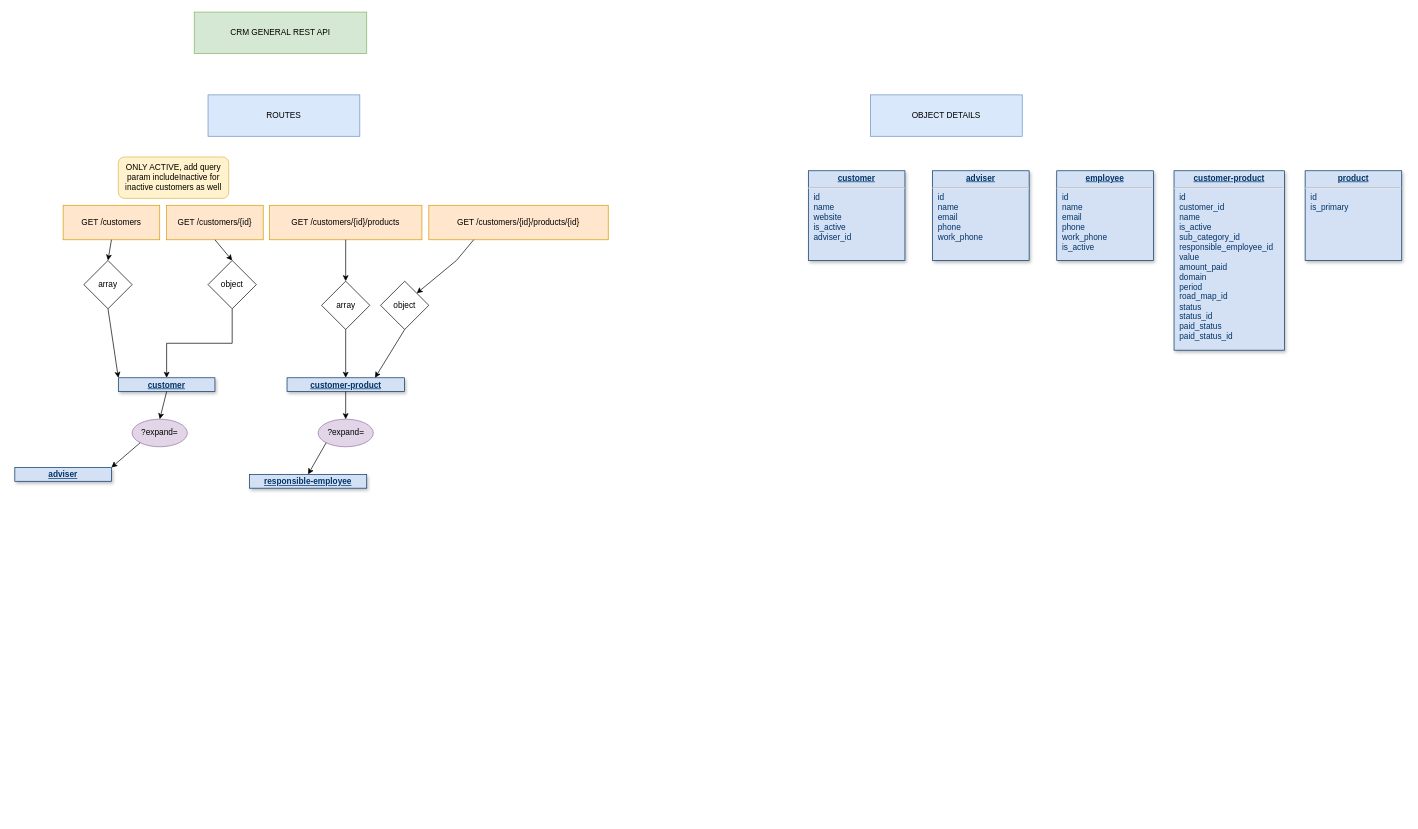
sanderha/diagrams-repo keeps this draw.io diagram as crm-rest.drawio. Above is the earlier version. Source tidied: cells renumbered, new cells numbered last; positions are measured from the earlier drawing's top-left corner, leaving out a move shared by most shapes. Both pictures are drawn from the tidied source at 69%, with x=0, y=0 at pixel (14, 12).
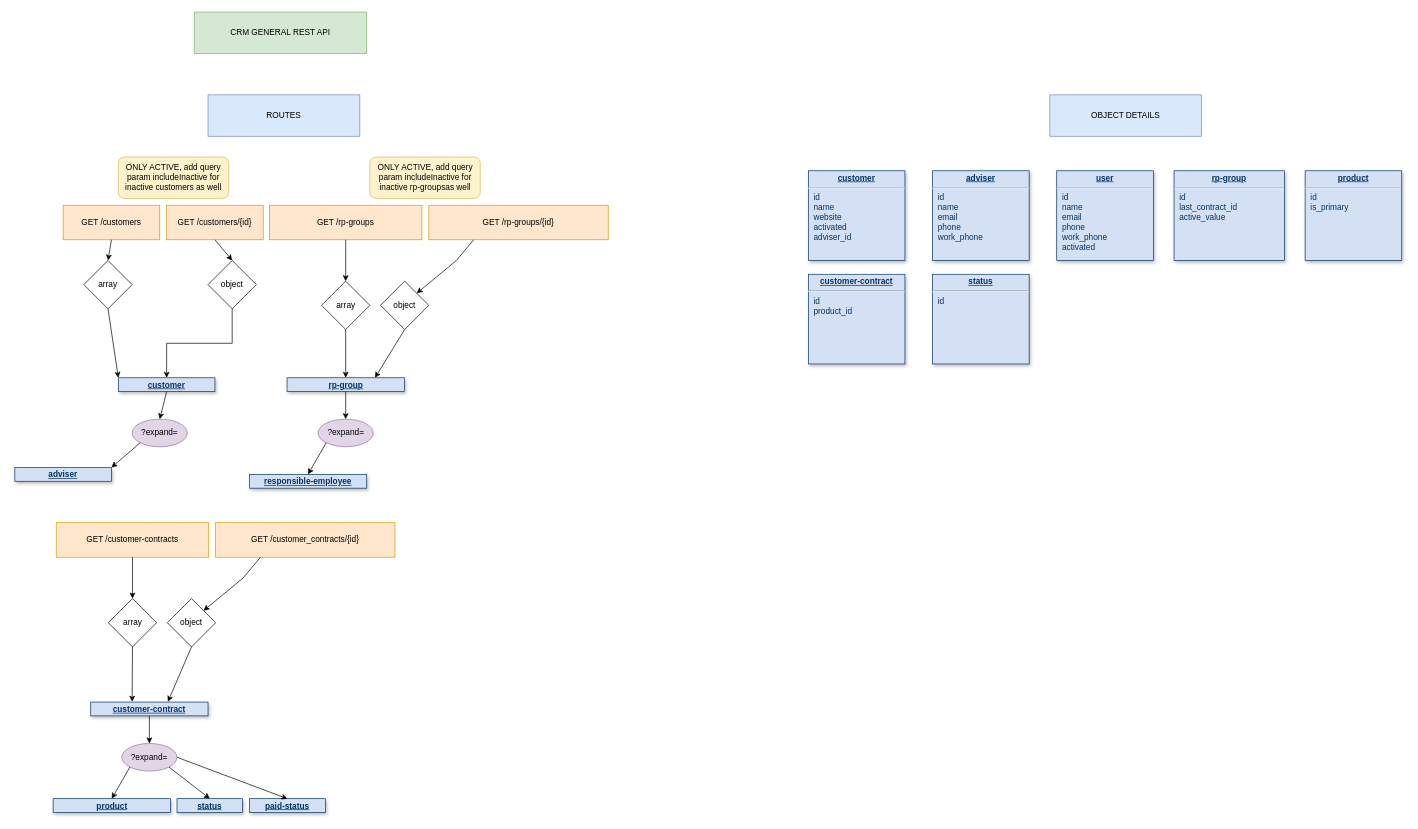
Above is the later version.

Diff of the diagram source:
```diff
@@
     <mxCell id="15" value="OBJECT DETAILS" style="rounded=0;whiteSpace=wrap;html=1;fillColor=#dae8fc;strokeColor=#6c8ebf;" parent="1" vertex="1">
-      <mxGeometry x="1240" y="120" width="220" height="60" as="geometry" />
+      <mxGeometry x="1500" y="120" width="220" height="60" as="geometry" />
     </mxCell>
-    <mxCell id="16" value="&lt;p style=&quot;margin: 0px ; margin-top: 4px ; text-align: center ; text-decoration: underline&quot;&gt;&lt;strong&gt;customer&lt;br&gt;&lt;/strong&gt;&lt;/p&gt;&lt;hr&gt;&lt;p style=&quot;margin: 0px ; margin-left: 8px&quot;&gt;id&lt;/p&gt;&lt;p style=&quot;margin: 0px ; margin-left: 8px&quot;&gt;name&lt;/p&gt;&lt;p style=&quot;margin: 0px ; margin-left: 8px&quot;&gt;website&lt;/p&gt;&lt;p style=&quot;margin: 0px ; margin-left: 8px&quot;&gt;is_active&lt;br&gt;&lt;/p&gt;&lt;p style=&quot;margin: 0px ; margin-left: 8px&quot;&gt;adviser_id&lt;br&gt;&lt;/p&gt;&lt;p style=&quot;margin: 0px ; margin-left: 8px&quot;&gt;&lt;br&gt;&lt;/p&gt;&lt;p style=&quot;margin: 0px ; margin-left: 8px&quot;&gt;&lt;br&gt;&lt;/p&gt;" style="verticalAlign=top;align=left;overflow=fill;fontSize=12;fontFamily=Helvetica;html=1;strokeColor=#003366;shadow=1;fillColor=#D4E1F5;fontColor=#003366;" parent="1" vertex="1">
+    <mxCell id="16" value="&lt;p style=&quot;margin: 0px ; margin-top: 4px ; text-align: center ; text-decoration: underline&quot;&gt;&lt;strong&gt;customer&lt;br&gt;&lt;/strong&gt;&lt;/p&gt;&lt;hr&gt;&lt;p style=&quot;margin: 0px ; margin-left: 8px&quot;&gt;id&lt;/p&gt;&lt;p style=&quot;margin: 0px ; margin-left: 8px&quot;&gt;name&lt;/p&gt;&lt;p style=&quot;margin: 0px ; margin-left: 8px&quot;&gt;website&lt;/p&gt;&lt;p style=&quot;margin: 0px ; margin-left: 8px&quot;&gt;activated&lt;br&gt;&lt;/p&gt;&lt;p style=&quot;margin: 0px ; margin-left: 8px&quot;&gt;adviser_id&lt;br&gt;&lt;/p&gt;&lt;p style=&quot;margin: 0px ; margin-left: 8px&quot;&gt;&lt;br&gt;&lt;/p&gt;&lt;p style=&quot;margin: 0px ; margin-left: 8px&quot;&gt;&lt;br&gt;&lt;/p&gt;" style="verticalAlign=top;align=left;overflow=fill;fontSize=12;fontFamily=Helvetica;html=1;strokeColor=#003366;shadow=1;fillColor=#D4E1F5;fontColor=#003366;" parent="1" vertex="1">
       <mxGeometry x="1150" y="230" width="140" height="130" as="geometry" />
     </mxCell>
@@
-    <mxCell id="18" value="&lt;p style=&quot;margin: 0px ; margin-top: 4px ; text-align: center ; text-decoration: underline&quot;&gt;&lt;strong&gt;employee&lt;br&gt;&lt;/strong&gt;&lt;/p&gt;&lt;hr&gt;&lt;p style=&quot;margin: 0px ; margin-left: 8px&quot;&gt;id&lt;/p&gt;&lt;p style=&quot;margin: 0px ; margin-left: 8px&quot;&gt;name&lt;/p&gt;&lt;p style=&quot;margin: 0px ; margin-left: 8px&quot;&gt;email&lt;/p&gt;&lt;p style=&quot;margin: 0px ; margin-left: 8px&quot;&gt;phone&lt;/p&gt;&lt;p style=&quot;margin: 0px ; margin-left: 8px&quot;&gt;work_phone&lt;/p&gt;&lt;p style=&quot;margin: 0px ; margin-left: 8px&quot;&gt;is_active&lt;br&gt;&lt;/p&gt;&lt;p style=&quot;margin: 0px ; margin-left: 8px&quot;&gt;&lt;br&gt;&lt;/p&gt;&lt;p style=&quot;margin: 0px ; margin-left: 8px&quot;&gt;&lt;br&gt;&lt;/p&gt;&lt;p style=&quot;margin: 0px ; margin-left: 8px&quot;&gt;&lt;br&gt;&lt;/p&gt;" style="verticalAlign=top;align=left;overflow=fill;fontSize=12;fontFamily=Helvetica;html=1;strokeColor=#003366;shadow=1;fillColor=#D4E1F5;fontColor=#003366;" parent="1" vertex="1">
+    <mxCell id="18" value="&lt;p style=&quot;margin: 0px ; margin-top: 4px ; text-align: center ; text-decoration: underline&quot;&gt;&lt;strong&gt;user&lt;br&gt;&lt;/strong&gt;&lt;/p&gt;&lt;hr&gt;&lt;p style=&quot;margin: 0px ; margin-left: 8px&quot;&gt;id&lt;/p&gt;&lt;p style=&quot;margin: 0px ; margin-left: 8px&quot;&gt;name&lt;/p&gt;&lt;p style=&quot;margin: 0px ; margin-left: 8px&quot;&gt;email&lt;/p&gt;&lt;p style=&quot;margin: 0px ; margin-left: 8px&quot;&gt;phone&lt;/p&gt;&lt;p style=&quot;margin: 0px ; margin-left: 8px&quot;&gt;work_phone&lt;/p&gt;&lt;p style=&quot;margin: 0px ; margin-left: 8px&quot;&gt;activated&lt;br&gt;&lt;/p&gt;&lt;p style=&quot;margin: 0px ; margin-left: 8px&quot;&gt;&lt;br&gt;&lt;/p&gt;&lt;p style=&quot;margin: 0px ; margin-left: 8px&quot;&gt;&lt;br&gt;&lt;/p&gt;&lt;p style=&quot;margin: 0px ; margin-left: 8px&quot;&gt;&lt;br&gt;&lt;/p&gt;" style="verticalAlign=top;align=left;overflow=fill;fontSize=12;fontFamily=Helvetica;html=1;strokeColor=#003366;shadow=1;fillColor=#D4E1F5;fontColor=#003366;" parent="1" vertex="1">
       <mxGeometry x="1510" y="230" width="140" height="130" as="geometry" />
     </mxCell>
@@
-    <mxCell id="22" value="&lt;p style=&quot;margin: 0px ; margin-top: 4px ; text-align: center ; text-decoration: underline&quot;&gt;&lt;strong&gt;customer-product&lt;br&gt;&lt;/strong&gt;&lt;/p&gt;&lt;hr&gt;&lt;p style=&quot;margin: 0px ; margin-left: 8px&quot;&gt;id&lt;/p&gt;&lt;p style=&quot;margin: 0px ; margin-left: 8px&quot;&gt;customer_id&lt;/p&gt;&lt;p style=&quot;margin: 0px ; margin-left: 8px&quot;&gt;name&lt;br&gt;&lt;/p&gt;&lt;p style=&quot;margin: 0px ; margin-left: 8px&quot;&gt;is_active&lt;/p&gt;&lt;p style=&quot;margin: 0px ; margin-left: 8px&quot;&gt;sub_category_id&lt;/p&gt;&lt;p style=&quot;margin: 0px ; margin-left: 8px&quot;&gt;responsible_employee_id&lt;br&gt;&lt;/p&gt;&lt;p style=&quot;margin: 0px ; margin-left: 8px&quot;&gt;value&lt;/p&gt;&lt;p style=&quot;margin: 0px ; margin-left: 8px&quot;&gt;amount_paid&lt;/p&gt;&lt;p style=&quot;margin: 0px ; margin-left: 8px&quot;&gt;domain&lt;/p&gt;&lt;p style=&quot;margin: 0px ; margin-left: 8px&quot;&gt;period&lt;/p&gt;&lt;p style=&quot;margin: 0px ; margin-left: 8px&quot;&gt;road_map_id&lt;/p&gt;&lt;p style=&quot;margin: 0px ; margin-left: 8px&quot;&gt;status&lt;/p&gt;&lt;p style=&quot;margin: 0px ; margin-left: 8px&quot;&gt;status_id&lt;/p&gt;&lt;p style=&quot;margin: 0px ; margin-left: 8px&quot;&gt;paid_status&lt;/p&gt;&lt;p style=&quot;margin: 0px ; margin-left: 8px&quot;&gt;paid_status_id&lt;br&gt;&lt;/p&gt;&lt;p style=&quot;margin: 0px ; margin-left: 8px&quot;&gt;&lt;br&gt;&lt;/p&gt;&lt;p style=&quot;margin: 0px ; margin-left: 8px&quot;&gt;&lt;br&gt;&lt;/p&gt;&lt;p style=&quot;margin: 0px ; margin-left: 8px&quot;&gt;&lt;br&gt;&lt;/p&gt;&lt;p style=&quot;margin: 0px ; margin-left: 8px&quot;&gt;&lt;br&gt;&lt;/p&gt;" style="verticalAlign=top;align=left;overflow=fill;fontSize=12;fontFamily=Helvetica;html=1;strokeColor=#003366;shadow=1;fillColor=#D4E1F5;fontColor=#003366;" parent="1" vertex="1">
-      <mxGeometry x="1680" y="230" width="160" height="260" as="geometry" />
+    <mxCell id="22" value="&lt;p style=&quot;margin: 0px ; margin-top: 4px ; text-align: center ; text-decoration: underline&quot;&gt;&lt;strong&gt;rp-group&lt;br&gt;&lt;/strong&gt;&lt;/p&gt;&lt;hr&gt;&lt;p style=&quot;margin: 0px ; margin-left: 8px&quot;&gt;id&lt;/p&gt;&lt;p style=&quot;margin: 0px ; margin-left: 8px&quot;&gt;last_contract_id&lt;/p&gt;&lt;p style=&quot;margin: 0px ; margin-left: 8px&quot;&gt;active_value&lt;br&gt;&lt;/p&gt;&lt;p style=&quot;margin: 0px ; margin-left: 8px&quot;&gt;&lt;br&gt;&lt;/p&gt;&lt;p style=&quot;margin: 0px ; margin-left: 8px&quot;&gt;&lt;br&gt;&lt;/p&gt;&lt;p style=&quot;margin: 0px ; margin-left: 8px&quot;&gt;&lt;br&gt;&lt;/p&gt;&lt;p style=&quot;margin: 0px ; margin-left: 8px&quot;&gt;&lt;br&gt;&lt;/p&gt;" style="verticalAlign=top;align=left;overflow=fill;fontSize=12;fontFamily=Helvetica;html=1;strokeColor=#003366;shadow=1;fillColor=#D4E1F5;fontColor=#003366;" parent="1" vertex="1">
+      <mxGeometry x="1680" y="230" width="160" height="130" as="geometry" />
     </mxCell>
@@
-    <mxCell id="24" value="GET /customers/{id}/products" style="rounded=0;whiteSpace=wrap;html=1;fillColor=#ffe6cc;strokeColor=#d79b00;" parent="1" vertex="1">
+    <mxCell id="24" value="GET /rp-groups" style="rounded=0;whiteSpace=wrap;html=1;fillColor=#ffe6cc;strokeColor=#d79b00;" parent="1" vertex="1">
       <mxGeometry x="369" y="280" width="221" height="50" as="geometry" />
     </mxCell>
@@
-    <mxCell id="27" value="&lt;p style=&quot;margin: 0px ; margin-top: 4px ; text-align: center ; text-decoration: underline&quot;&gt;&lt;strong&gt;customer-product&lt;br&gt;&lt;/strong&gt;&lt;/p&gt;&lt;hr&gt;" style="verticalAlign=top;align=left;overflow=fill;fontSize=12;fontFamily=Helvetica;html=1;strokeColor=#003366;shadow=1;fillColor=#D4E1F5;fontColor=#003366;" parent="1" vertex="1">
+    <mxCell id="27" value="&lt;p style=&quot;margin: 0px ; margin-top: 4px ; text-align: center ; text-decoration: underline&quot;&gt;&lt;strong&gt;rp-group&lt;/strong&gt;&lt;br&gt;&lt;/p&gt;" style="verticalAlign=top;align=left;overflow=fill;fontSize=12;fontFamily=Helvetica;html=1;strokeColor=#003366;shadow=1;fillColor=#D4E1F5;fontColor=#003366;" parent="1" vertex="1">
       <mxGeometry x="394.5" y="530" width="170" height="20" as="geometry" />
     </mxCell>
@@
-    <mxCell id="33" value="GET /customers/{id}/products/{id}" style="rounded=0;whiteSpace=wrap;html=1;fillColor=#ffe6cc;strokeColor=#d79b00;" parent="1" vertex="1">
+    <mxCell id="33" value="GET /rp-groups/{id}" style="rounded=0;whiteSpace=wrap;html=1;fillColor=#ffe6cc;strokeColor=#d79b00;" parent="1" vertex="1">
       <mxGeometry x="600" y="280" width="260" height="50" as="geometry" />
     </mxCell>
@@
+    <mxCell id="37" value="ONLY ACTIVE, add query param includeInactive for inactive rp-groupsas well" style="rounded=1;whiteSpace=wrap;html=1;fillColor=#fff2cc;strokeColor=#d6b656;" parent="1" vertex="1">
+      <mxGeometry x="514.5" y="210" width="160" height="60" as="geometry" />
+    </mxCell>
+    <mxCell id="38" value="&lt;p style=&quot;margin: 0px ; margin-top: 4px ; text-align: center ; text-decoration: underline&quot;&gt;&lt;strong&gt;customer-contract&lt;br&gt;&lt;/strong&gt;&lt;/p&gt;&lt;hr&gt;&lt;p style=&quot;margin: 0px ; margin-left: 8px&quot;&gt;id&lt;/p&gt;&lt;p style=&quot;margin: 0px ; margin-left: 8px&quot;&gt;product_id&lt;br&gt;&lt;/p&gt;&lt;p style=&quot;margin: 0px ; margin-left: 8px&quot;&gt;&lt;br&gt;&lt;/p&gt;&lt;p style=&quot;margin: 0px ; margin-left: 8px&quot;&gt;&lt;br&gt;&lt;/p&gt;&lt;p style=&quot;margin: 0px ; margin-left: 8px&quot;&gt;&lt;br&gt;&lt;/p&gt;&lt;p style=&quot;margin: 0px ; margin-left: 8px&quot;&gt;&lt;br&gt;&lt;/p&gt;" style="verticalAlign=top;align=left;overflow=fill;fontSize=12;fontFamily=Helvetica;html=1;strokeColor=#003366;shadow=1;fillColor=#D4E1F5;fontColor=#003366;" parent="1" vertex="1">
+      <mxGeometry x="1150" y="380" width="140" height="130" as="geometry" />
+    </mxCell>
+    <mxCell id="39" value="&lt;p style=&quot;margin: 0px ; margin-top: 4px ; text-align: center ; text-decoration: underline&quot;&gt;&lt;strong&gt;status&lt;br&gt;&lt;/strong&gt;&lt;/p&gt;&lt;hr&gt;&lt;p style=&quot;margin: 0px ; margin-left: 8px&quot;&gt;id&lt;/p&gt;&lt;p style=&quot;margin: 0px ; margin-left: 8px&quot;&gt;&lt;br&gt;&lt;/p&gt;&lt;p style=&quot;margin: 0px ; margin-left: 8px&quot;&gt;&lt;br&gt;&lt;/p&gt;&lt;p style=&quot;margin: 0px ; margin-left: 8px&quot;&gt;&lt;br&gt;&lt;/p&gt;&lt;p style=&quot;margin: 0px ; margin-left: 8px&quot;&gt;&lt;br&gt;&lt;/p&gt;" style="verticalAlign=top;align=left;overflow=fill;fontSize=12;fontFamily=Helvetica;html=1;strokeColor=#003366;shadow=1;fillColor=#D4E1F5;fontColor=#003366;" parent="1" vertex="1">
+      <mxGeometry x="1330" y="380" width="140" height="130" as="geometry" />
+    </mxCell>
+    <mxCell id="40" value="GET /customer-contracts" style="rounded=0;whiteSpace=wrap;html=1;fillColor=#ffe6cc;strokeColor=#d79b00;" parent="1" vertex="1">
+      <mxGeometry x="60" y="740" width="221" height="50" as="geometry" />
+    </mxCell>
+    <mxCell id="41" style="endArrow=classic;html=1;rounded=0;exitX=0.5;exitY=1;exitDx=0;exitDy=0;entryX=0.5;entryY=0;entryDx=0;entryDy=0;" parent="1" edge="1" source="40" target="42">
+      <mxGeometry relative="1" as="geometry" />
+    </mxCell>
+    <mxCell id="42" value="array" style="rhombus;whiteSpace=wrap;html=1;" parent="1" vertex="1">
+      <mxGeometry x="135.5" y="850" width="70" height="70" as="geometry" />
+    </mxCell>
+    <mxCell id="43" style="endArrow=classic;html=1;rounded=0;entryX=0.353;entryY=-0.024;entryDx=0;entryDy=0;exitX=0.5;exitY=1;exitDx=0;exitDy=0;entryPerimeter=0;" parent="1" edge="1" source="42" target="48">
+      <mxGeometry relative="1" as="geometry" />
+    </mxCell>
+    <mxCell id="44" value="GET /customer_contracts/{id}" style="rounded=0;whiteSpace=wrap;html=1;fillColor=#ffe6cc;strokeColor=#d79b00;" parent="1" vertex="1">
+      <mxGeometry x="291" y="740" width="260" height="50" as="geometry" />
+    </mxCell>
+    <mxCell id="45" style="endArrow=classic;html=1;rounded=0;exitX=0.25;exitY=1;exitDx=0;exitDy=0;entryX=1;entryY=0;entryDx=0;entryDy=0;" parent="1" edge="1" source="44" target="46">
+      <mxGeometry relative="1" as="geometry">
+        <Array as="points">
+          <mxPoint x="331" y="820" />
+        </Array>
+      </mxGeometry>
+    </mxCell>
+    <mxCell id="46" value="object" style="rhombus;whiteSpace=wrap;html=1;" parent="1" vertex="1">
+      <mxGeometry x="221" y="850" width="70" height="70" as="geometry" />
+    </mxCell>
+    <mxCell id="47" style="endArrow=classic;html=1;rounded=0;exitX=0.5;exitY=1;exitDx=0;exitDy=0;entryX=0.658;entryY=-0.024;entryDx=0;entryDy=0;entryPerimeter=0;" parent="1" edge="1" source="46" target="48">
+      <mxGeometry relative="1" as="geometry" />
+    </mxCell>
+    <mxCell id="48" value="&lt;p style=&quot;margin: 0px ; margin-top: 4px ; text-align: center ; text-decoration: underline&quot;&gt;&lt;strong&gt;customer-contract&lt;/strong&gt;&lt;br&gt;&lt;/p&gt;" style="verticalAlign=top;align=left;overflow=fill;fontSize=12;fontFamily=Helvetica;html=1;strokeColor=#003366;shadow=1;fillColor=#D4E1F5;fontColor=#003366;" parent="1" vertex="1">
+      <mxGeometry x="110" y="1000" width="170" height="20" as="geometry" />
+    </mxCell>
+    <mxCell id="49" value="?expand=" style="ellipse;whiteSpace=wrap;html=1;fillColor=#e1d5e7;strokeColor=#9673a6;" parent="1" vertex="1">
+      <mxGeometry x="155" y="1060" width="80" height="40" as="geometry" />
+    </mxCell>
+    <mxCell id="50" style="endArrow=classic;html=1;rounded=0;entryX=0.5;entryY=0;entryDx=0;entryDy=0;exitX=0.5;exitY=1;exitDx=0;exitDy=0;" parent="1" edge="1" source="48" target="49">
+      <mxGeometry relative="1" as="geometry" />
+    </mxCell>
+    <mxCell id="51" value="&lt;p style=&quot;margin: 0px ; margin-top: 4px ; text-align: center ; text-decoration: underline&quot;&gt;&lt;strong&gt;product&lt;br&gt;&lt;/strong&gt;&lt;/p&gt;" style="verticalAlign=top;align=left;overflow=fill;fontSize=12;fontFamily=Helvetica;html=1;strokeColor=#003366;shadow=1;fillColor=#D4E1F5;fontColor=#003366;" parent="1" vertex="1">
+      <mxGeometry x="55.5" y="1140" width="170" height="20" as="geometry" />
+    </mxCell>
+    <mxCell id="52" style="endArrow=classic;html=1;rounded=0;entryX=0.5;entryY=0;entryDx=0;entryDy=0;exitX=0;exitY=1;exitDx=0;exitDy=0;" parent="1" edge="1" source="49" target="51">
+      <mxGeometry relative="1" as="geometry" />
+    </mxCell>
+    <mxCell id="53" value="&lt;p style=&quot;margin: 0px ; margin-top: 4px ; text-align: center ; text-decoration: underline&quot;&gt;&lt;strong&gt;status&lt;br&gt;&lt;/strong&gt;&lt;/p&gt;" style="verticalAlign=top;align=left;overflow=fill;fontSize=12;fontFamily=Helvetica;html=1;strokeColor=#003366;shadow=1;fillColor=#D4E1F5;fontColor=#003366;" parent="1" vertex="1">
+      <mxGeometry x="235" y="1140" width="95" height="20" as="geometry" />
+    </mxCell>
+    <mxCell id="54" value="&lt;p style=&quot;margin: 0px ; margin-top: 4px ; text-align: center ; text-decoration: underline&quot;&gt;&lt;strong&gt;paid-status&lt;br&gt;&lt;/strong&gt;&lt;/p&gt;" style="verticalAlign=top;align=left;overflow=fill;fontSize=12;fontFamily=Helvetica;html=1;strokeColor=#003366;shadow=1;fillColor=#D4E1F5;fontColor=#003366;" parent="1" vertex="1">
+      <mxGeometry x="340" y="1140" width="110" height="20" as="geometry" />
+    </mxCell>
+    <mxCell id="55" style="endArrow=classic;html=1;rounded=0;entryX=0.5;entryY=0;entryDx=0;entryDy=0;exitX=1;exitY=1;exitDx=0;exitDy=0;" parent="1" edge="1" source="49" target="53">
+      <mxGeometry relative="1" as="geometry" />
+    </mxCell>
+    <mxCell id="56" style="endArrow=classic;html=1;rounded=0;entryX=0.5;entryY=0;entryDx=0;entryDy=0;exitX=1;exitY=0.5;exitDx=0;exitDy=0;" parent="1" edge="1" source="49" target="54">
+      <mxGeometry relative="1" as="geometry" />
+    </mxCell>
```
